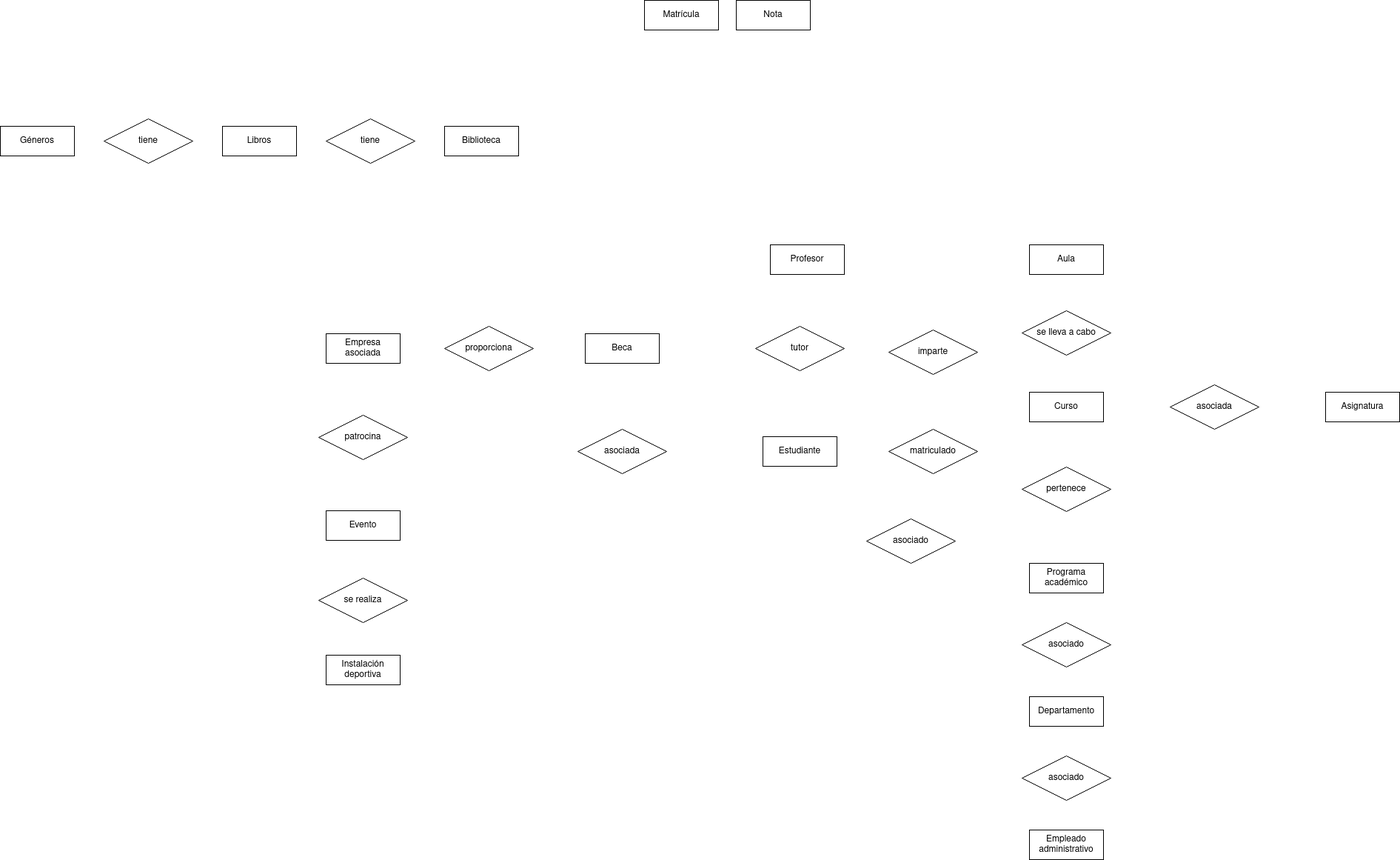
Above: modelo-er/Modelo ER.drawio.png in RafaelMayor/proyectoBBDD (draw.io), before the change. Source tidied: cells renumbered, new cells last; positions are measured from the earlier drawing's top-left corner, leaving out a move shared by most shapes.
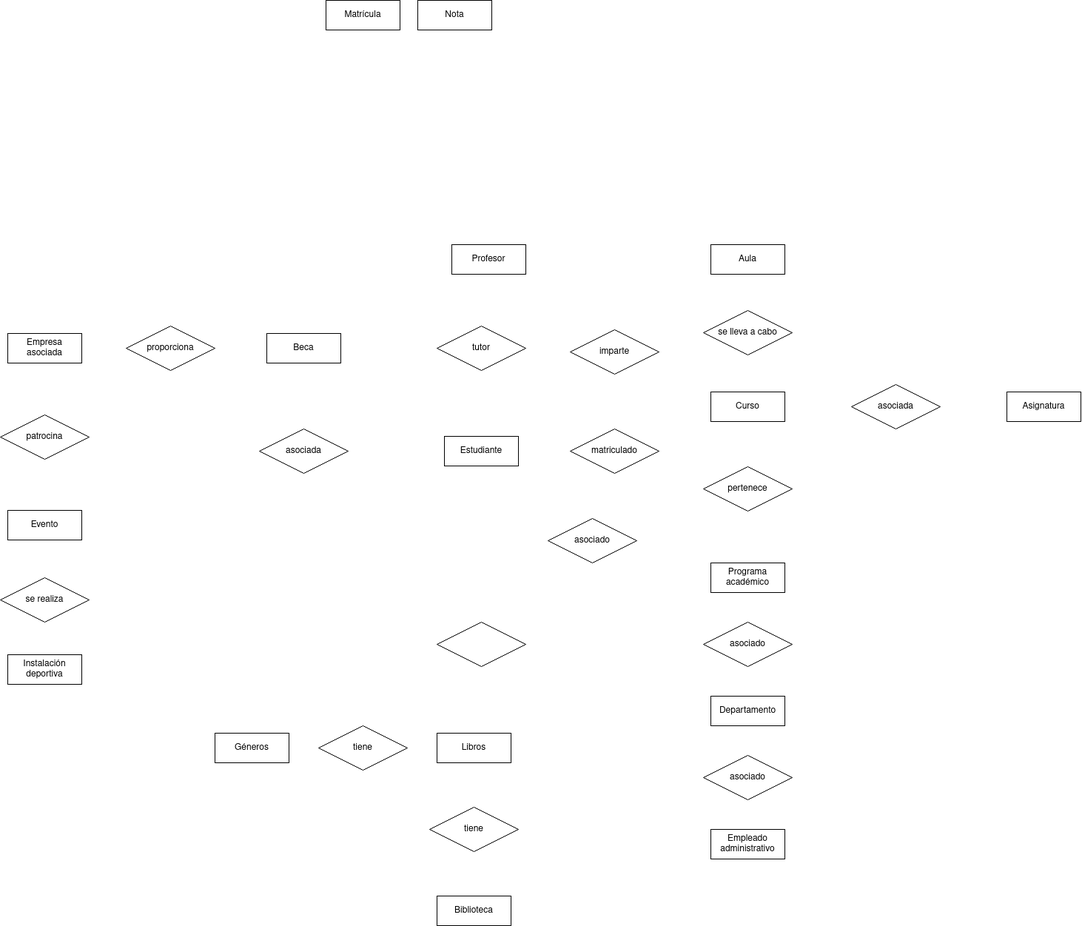
Later version of the same file.

Change to the diagram source:
```diff
@@ -36,7 +36,7 @@
       <mxGeometry x="790" y="450" width="100" height="40" as="geometry" />
     </mxCell>
     <mxCell id="13" value="Biblioteca" style="whiteSpace=wrap;html=1;align=center;" parent="1" vertex="1">
-      <mxGeometry x="600" y="170" width="100" height="40" as="geometry" />
+      <mxGeometry x="1020" y="1210" width="100" height="40" as="geometry" />
     </mxCell>
     <mxCell id="14" value="Instalación deportiva" style="whiteSpace=wrap;html=1;align=center;" parent="1" vertex="1">
       <mxGeometry x="440" y="884" width="100" height="40" as="geometry" />
@@ -78,16 +78,16 @@
       <mxGeometry x="780" y="579" width="120" height="60" as="geometry" />
     </mxCell>
     <mxCell id="27" value="Libros" style="whiteSpace=wrap;html=1;align=center;" parent="1" vertex="1">
-      <mxGeometry x="300" y="170" width="100" height="40" as="geometry" />
+      <mxGeometry x="1020" y="990" width="100" height="40" as="geometry" />
     </mxCell>
     <mxCell id="28" value="tiene" style="shape=rhombus;perimeter=rhombusPerimeter;whiteSpace=wrap;html=1;align=center;" parent="1" vertex="1">
-      <mxGeometry x="440" y="160" width="120" height="60" as="geometry" />
+      <mxGeometry x="1010" y="1090" width="120" height="60" as="geometry" />
     </mxCell>
     <mxCell id="29" value="tiene" style="shape=rhombus;perimeter=rhombusPerimeter;whiteSpace=wrap;html=1;align=center;" parent="1" vertex="1">
-      <mxGeometry x="140" y="160" width="120" height="60" as="geometry" />
+      <mxGeometry x="860" y="980" width="120" height="60" as="geometry" />
     </mxCell>
     <mxCell id="30" value="Géneros" style="whiteSpace=wrap;html=1;align=center;" parent="1" vertex="1">
-      <mxGeometry y="170" width="100" height="40" as="geometry" />
+      <mxGeometry x="720" y="990" width="100" height="40" as="geometry" />
     </mxCell>
     <mxCell id="31" value="asociado" style="shape=rhombus;perimeter=rhombusPerimeter;whiteSpace=wrap;html=1;align=center;" parent="1" vertex="1">
       <mxGeometry x="1380" y="1020" width="120" height="60" as="geometry" />
@@ -98,5 +98,8 @@
     <mxCell id="33" value="tutor" style="shape=rhombus;perimeter=rhombusPerimeter;whiteSpace=wrap;html=1;align=center;" parent="1" vertex="1">
       <mxGeometry x="1020" y="440" width="120" height="60" as="geometry" />
     </mxCell>
+    <mxCell id="34" style="shape=rhombus;perimeter=rhombusPerimeter;whiteSpace=wrap;html=1;align=center;" parent="1" vertex="1">
+      <mxGeometry x="1020" y="840" width="120" height="60" as="geometry" />
+    </mxCell>
   </root>
 </mxGraphModel>
```
